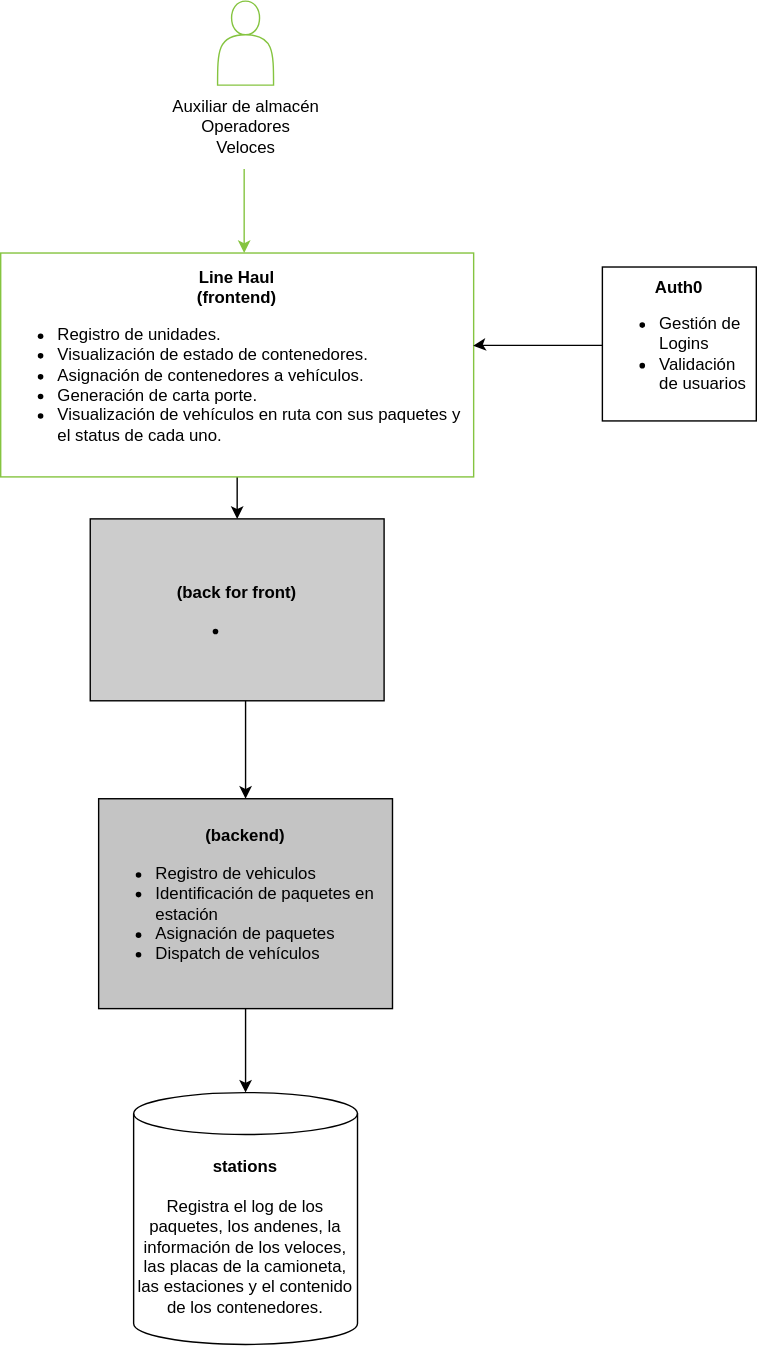
Earlier version of the draw.io export Diagrama C2 Line Haul.svg (dani99m/Diagramas). Source tidied: cells renumbered, new cells last; positions are measured from the earlier drawing's top-left corner, leaving out a move shared by most shapes.
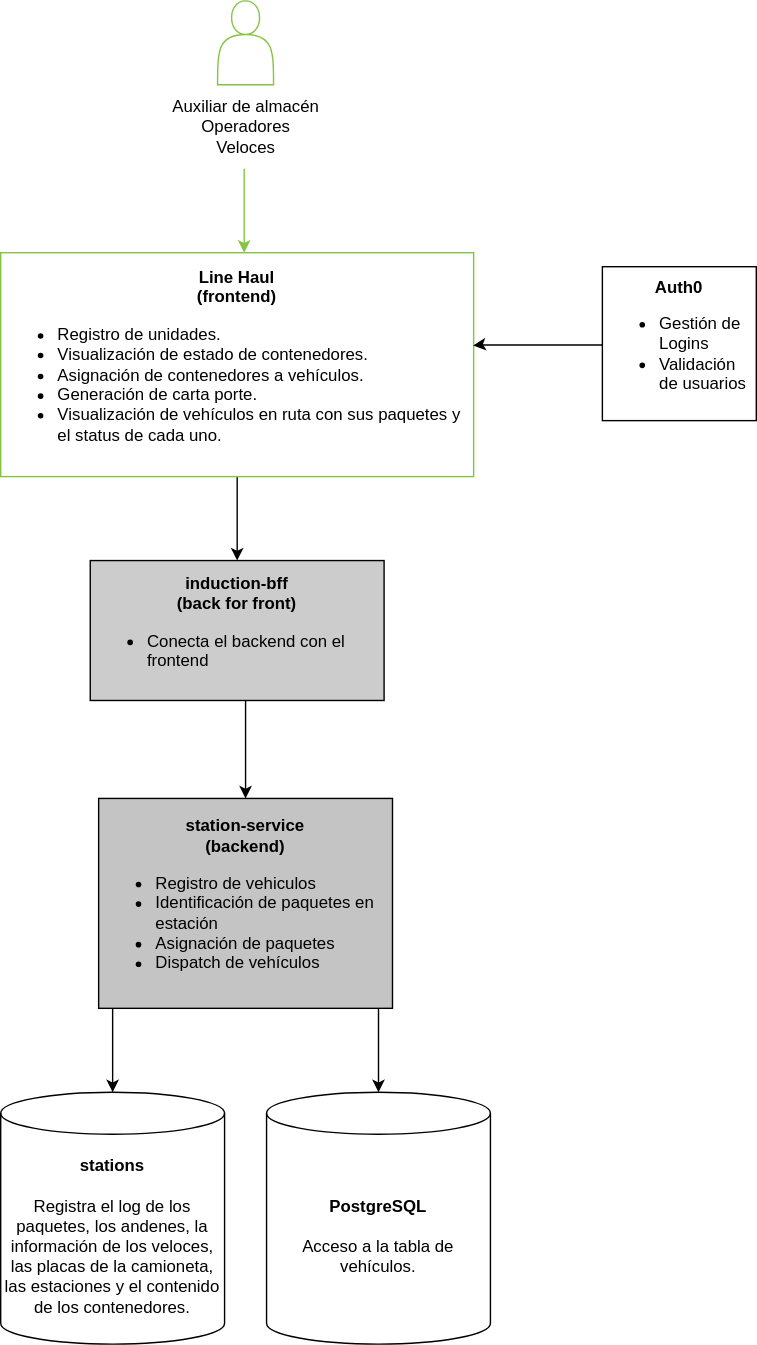
Above is the later version.

What changed in the source:
```diff
@@ -49,7 +49,7 @@
       <mxGeometry x="430" y="190" width="110" height="110" as="geometry" />
     </mxCell>
     <mxCell id="11" value="&lt;span style=&quot;background-color: initial; text-align: left;&quot;&gt;&lt;b&gt;stations&lt;br&gt;&lt;/b&gt;&lt;br&gt;Registra el log de los paquetes, los andenes, la información de los veloces, las placas de la camioneta, las estaciones y el contenido de los contenedores.&lt;/span&gt;" style="shape=cylinder3;whiteSpace=wrap;html=1;boundedLbl=1;backgroundOutline=1;size=15;" parent="1" vertex="1">
-      <mxGeometry x="95" y="780" width="160" height="180" as="geometry" />
+      <mxGeometry y="780" width="160" height="180" as="geometry" />
     </mxCell>
     <mxCell id="12" style="edgeStyle=orthogonalEdgeStyle;rounded=0;jettySize=auto;html=1;entryX=0.5;entryY=0;entryDx=0;entryDy=0;entryPerimeter=0;" parent="1" edge="1" source="13" target="11">
       <mxGeometry relative="1" as="geometry">
@@ -59,11 +59,23 @@
         </Array>
       </mxGeometry>
     </mxCell>
-    <mxCell id="13" value="&lt;b&gt;(backend)&lt;/b&gt;&lt;br&gt;&lt;div style=&quot;text-align: left;&quot;&gt;&lt;ul&gt;&lt;li&gt;Registro de vehiculos&lt;/li&gt;&lt;li&gt;Identificación de paquetes en estación&lt;/li&gt;&lt;li&gt;Asignación de paquetes&lt;/li&gt;&lt;li&gt;Dispatch de vehículos&lt;/li&gt;&lt;/ul&gt;&lt;/div&gt;" style="rounded=0;whiteSpace=wrap;html=1;fillColor=#C4C4C4;" parent="1" vertex="1">
+    <mxCell id="13" value="&lt;b&gt;station-service&lt;br&gt;(backend)&lt;/b&gt;&lt;br&gt;&lt;div style=&quot;text-align: left;&quot;&gt;&lt;ul&gt;&lt;li&gt;Registro de vehiculos&lt;/li&gt;&lt;li&gt;Identificación de paquetes en estación&lt;/li&gt;&lt;li&gt;Asignación de paquetes&lt;/li&gt;&lt;li&gt;Dispatch de vehículos&lt;/li&gt;&lt;/ul&gt;&lt;/div&gt;" style="rounded=0;whiteSpace=wrap;html=1;fillColor=#C4C4C4;" parent="1" vertex="1">
       <mxGeometry x="70" y="570" width="210" height="150" as="geometry" />
     </mxCell>
-    <mxCell id="14" value="&lt;b&gt;&lt;br&gt;(back for front)&lt;/b&gt;&lt;br&gt;&lt;div style=&quot;text-align: left;&quot;&gt;&lt;ul&gt;&lt;li&gt;&lt;br&gt;&lt;/li&gt;&lt;/ul&gt;&lt;/div&gt;" style="rounded=0;whiteSpace=wrap;html=1;fillColor=#CCCCCC;" parent="1" vertex="1">
-      <mxGeometry x="64" y="370" width="210" height="130" as="geometry" />
+    <mxCell id="14" value="&lt;b&gt;induction-bff&lt;/b&gt;&lt;br&gt;&lt;b&gt;(back for front)&lt;/b&gt;&lt;br&gt;&lt;div style=&quot;text-align: left;&quot;&gt;&lt;ul&gt;&lt;li&gt;Conecta el backend con el frontend&lt;/li&gt;&lt;/ul&gt;&lt;/div&gt;" style="rounded=0;whiteSpace=wrap;html=1;fillColor=#CCCCCC;" parent="1" vertex="1">
+      <mxGeometry x="64" y="400" width="210" height="100" as="geometry" />
     </mxCell>
+    <mxCell id="15" value="&lt;span style=&quot;background-color: initial; text-align: left;&quot;&gt;&lt;b&gt;PostgreSQL&lt;br&gt;&lt;/b&gt;&lt;br&gt;Acceso a la tabla de vehículos.&lt;/span&gt;" style="shape=cylinder3;whiteSpace=wrap;html=1;boundedLbl=1;backgroundOutline=1;size=15;" parent="1" vertex="1">
+      <mxGeometry x="190" y="780" width="160" height="180" as="geometry" />
+    </mxCell>
+    <mxCell id="16" style="edgeStyle=orthogonalEdgeStyle;rounded=0;jettySize=auto;html=1;entryX=0.5;entryY=0;entryDx=0;entryDy=0;entryPerimeter=0;" parent="1" edge="1" target="15">
+      <mxGeometry relative="1" as="geometry">
+        <mxPoint x="270" y="730" as="sourcePoint" />
+        <Array as="points">
+          <mxPoint x="270" y="720" />
+          <mxPoint x="270" y="720" />
+        </Array>
+      </mxGeometry>
+    </mxCell>
   </root>
 </mxGraphModel>
```
